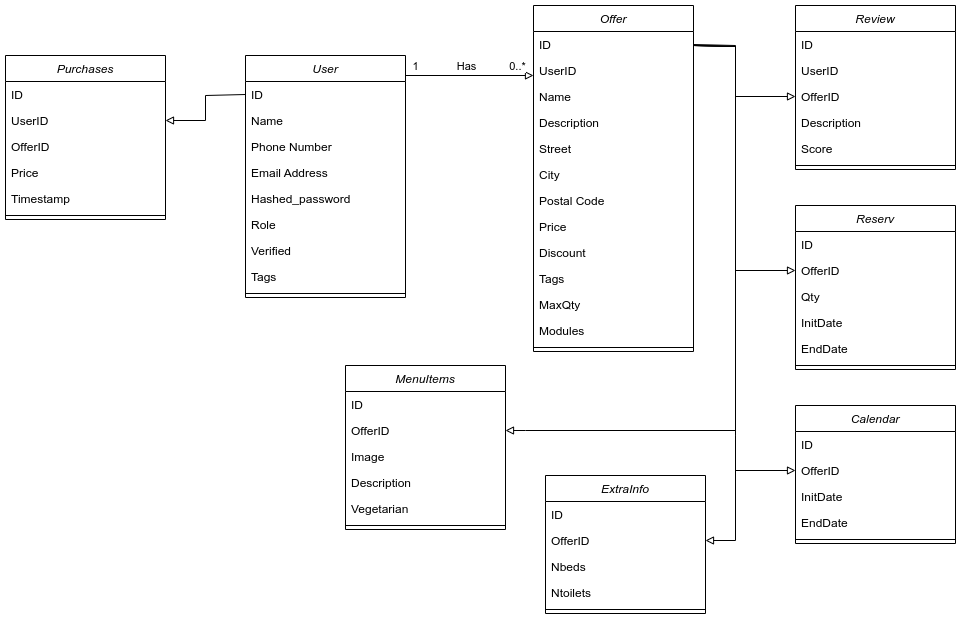
PI-Trailblazer/microsite keeps this draw.io diagram as static/img/data_domain_model.png. Above is the earlier version. Source tidied: cells renumbered, new cells last; positions are measured from the earlier drawing's top-left corner, leaving out a move shared by most shapes.
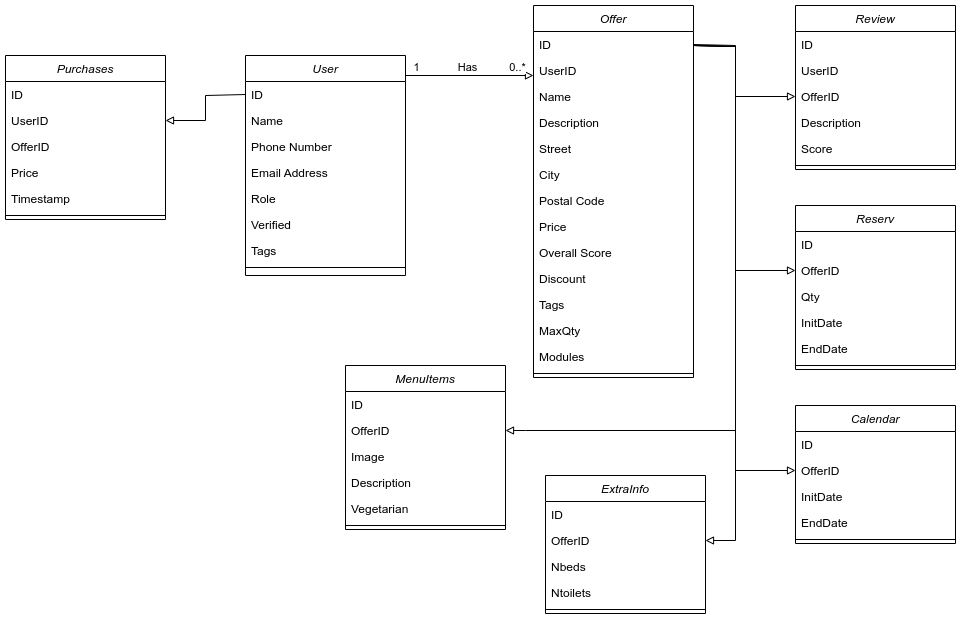
Later version of the same file.

Diff of the diagram source:
```diff
@@ -3,7 +3,7 @@
     <mxCell id="0" />
     <mxCell id="1" parent="0" />
     <mxCell id="2" value="User" style="swimlane;fontStyle=2;align=center;verticalAlign=top;horizontal=1;startSize=26;rounded=0;shadow=0;strokeWidth=1;" parent="1" vertex="1">
-      <mxGeometry x="240" y="50" width="160" height="242" as="geometry" />
+      <mxGeometry x="240" y="50" width="160" height="220" as="geometry" />
     </mxCell>
     <mxCell id="3" value="ID" style="text;align=left;verticalAlign=top;spacingLeft=4;spacingRight=4;overflow=hidden;points=[[0,0.5],[1,0.5]];portConstraint=eastwest;" parent="2" vertex="1">
       <mxGeometry y="26" width="160" height="26" as="geometry" />
@@ -17,23 +17,20 @@
     <mxCell id="6" value="Email Address" style="text;align=left;verticalAlign=top;spacingLeft=4;spacingRight=4;overflow=hidden;rounded=0;shadow=0;html=0;" parent="2" vertex="1">
       <mxGeometry y="104" width="160" height="26" as="geometry" />
     </mxCell>
-    <mxCell id="7" value="Hashed_password" style="text;align=left;verticalAlign=top;spacingLeft=4;spacingRight=4;overflow=hidden;rounded=0;shadow=0;html=0;" parent="2" vertex="1">
-      <mxGeometry y="130" width="160" height="26" as="geometry" />
-    </mxCell>
     <mxCell id="8" value="Role" style="text;align=left;verticalAlign=top;spacingLeft=4;spacingRight=4;overflow=hidden;rounded=0;shadow=0;html=0;" parent="2" vertex="1">
-      <mxGeometry y="156" width="160" height="26" as="geometry" />
+      <mxGeometry y="130" width="160" height="26" as="geometry" />
     </mxCell>
     <mxCell id="9" value="Verified" style="text;align=left;verticalAlign=top;spacingLeft=4;spacingRight=4;overflow=hidden;rounded=0;shadow=0;html=0;" parent="2" vertex="1">
-      <mxGeometry y="182" width="160" height="26" as="geometry" />
+      <mxGeometry y="156" width="160" height="26" as="geometry" />
     </mxCell>
     <mxCell id="10" value="Tags" style="text;align=left;verticalAlign=top;spacingLeft=4;spacingRight=4;overflow=hidden;rounded=0;shadow=0;html=0;" parent="2" vertex="1">
-      <mxGeometry y="208" width="160" height="26" as="geometry" />
+      <mxGeometry y="182" width="160" height="26" as="geometry" />
     </mxCell>
     <mxCell id="11" style="line;html=1;strokeWidth=1;align=left;verticalAlign=middle;spacingTop=-1;spacingLeft=3;spacingRight=3;labelPosition=right;" parent="2" vertex="1">
-      <mxGeometry y="234" width="160" height="8" as="geometry" />
+      <mxGeometry y="208" width="160" height="8" as="geometry" />
     </mxCell>
     <mxCell id="12" value="Offer" style="swimlane;fontStyle=2;align=center;verticalAlign=top;horizontal=1;startSize=26;rounded=0;shadow=0;strokeWidth=1;" parent="1" vertex="1">
-      <mxGeometry x="528" width="160" height="346" as="geometry" />
+      <mxGeometry x="528" width="160" height="372" as="geometry" />
     </mxCell>
     <mxCell id="13" value="ID" style="text;align=left;verticalAlign=top;spacingLeft=4;spacingRight=4;overflow=hidden;points=[[0,0.5],[1,0.5]];portConstraint=eastwest;" parent="12" vertex="1">
       <mxGeometry y="26" width="160" height="26" as="geometry" />
@@ -59,20 +56,23 @@
     <mxCell id="20" value="Price" style="text;align=left;verticalAlign=top;spacingLeft=4;spacingRight=4;overflow=hidden;rounded=0;shadow=0;html=0;" parent="12" vertex="1">
       <mxGeometry y="208" width="160" height="26" as="geometry" />
     </mxCell>
+    <mxCell id="76" value="Overall Score" style="text;align=left;verticalAlign=top;spacingLeft=4;spacingRight=4;overflow=hidden;rounded=0;shadow=0;html=0;" parent="12" vertex="1">
+      <mxGeometry y="234" width="160" height="26" as="geometry" />
+    </mxCell>
     <mxCell id="21" value="Discount" style="text;align=left;verticalAlign=top;spacingLeft=4;spacingRight=4;overflow=hidden;rounded=0;shadow=0;html=0;" parent="12" vertex="1">
-      <mxGeometry y="234" width="160" height="26" as="geometry" />
+      <mxGeometry y="260" width="160" height="26" as="geometry" />
     </mxCell>
     <mxCell id="22" value="Tags" style="text;align=left;verticalAlign=top;spacingLeft=4;spacingRight=4;overflow=hidden;rounded=0;shadow=0;html=0;" parent="12" vertex="1">
-      <mxGeometry y="260" width="160" height="26" as="geometry" />
+      <mxGeometry y="286" width="160" height="26" as="geometry" />
     </mxCell>
     <mxCell id="23" value="MaxQty" style="text;align=left;verticalAlign=top;spacingLeft=4;spacingRight=4;overflow=hidden;rounded=0;shadow=0;html=0;" parent="12" vertex="1">
-      <mxGeometry y="286" width="160" height="26" as="geometry" />
+      <mxGeometry y="312" width="160" height="26" as="geometry" />
     </mxCell>
     <mxCell id="24" value="Modules" style="text;align=left;verticalAlign=top;spacingLeft=4;spacingRight=4;overflow=hidden;rounded=0;shadow=0;html=0;" parent="12" vertex="1">
-      <mxGeometry y="312" width="160" height="26" as="geometry" />
+      <mxGeometry y="338" width="160" height="26" as="geometry" />
     </mxCell>
     <mxCell id="25" style="line;html=1;strokeWidth=1;align=left;verticalAlign=middle;spacingTop=-1;spacingLeft=3;spacingRight=3;labelPosition=right;" parent="12" vertex="1">
-      <mxGeometry y="338" width="160" height="8" as="geometry" />
+      <mxGeometry y="364" width="160" height="8" as="geometry" />
     </mxCell>
     <mxCell id="26" style="endArrow=block;html=1;rounded=0;entryX=0;entryY=0.5;entryDx=0;entryDy=0;exitX=1;exitY=0.5;exitDx=0;exitDy=0;endFill=0;" parent="1" edge="1">
       <mxGeometry relative="1" as="geometry">
```
